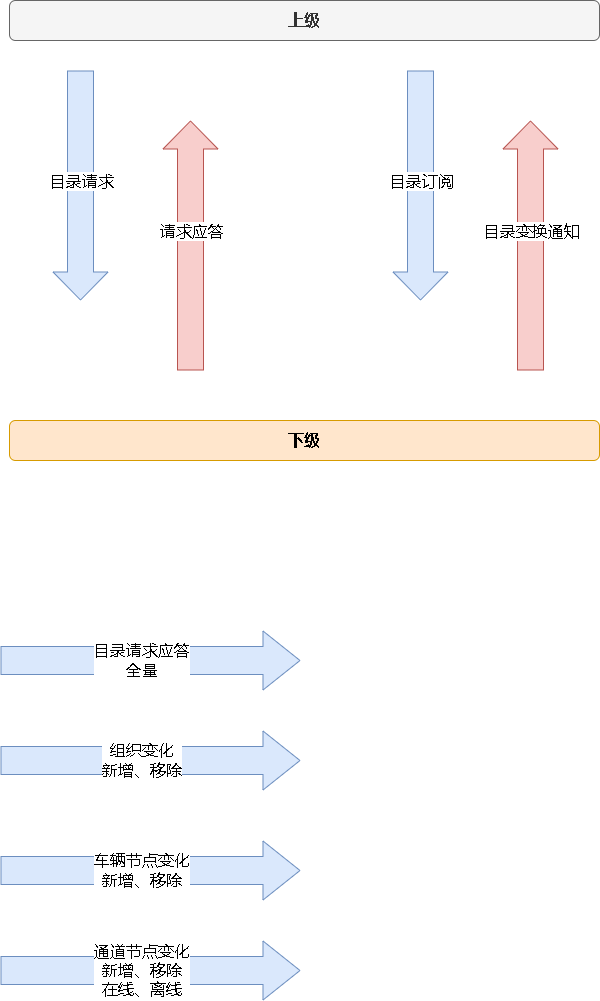
Above: 28181.drawio.png in xktder/draw (draw.io), before the change. Source tidied: cells renumbered, new cells last; positions are measured from the earlier drawing's top-left corner, leaving out a move shared by most shapes.
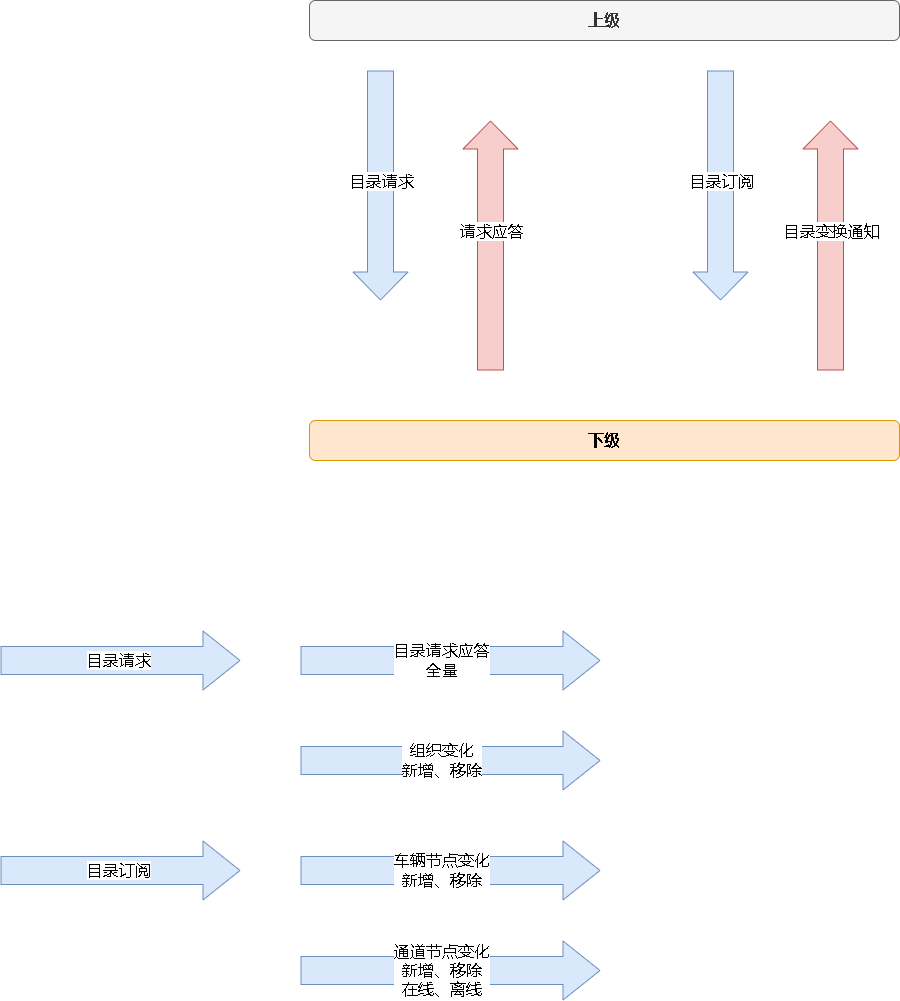
Later version of the same file.

Diff of the diagram source:
```diff
@@ -96,5 +96,27 @@
         <mxPoint x="25" as="offset" />
       </mxGeometry>
     </mxCell>
+    <mxCell id="20" style="shape=flexArrow;endArrow=classic;html=1;rounded=0;fontSize=16;width=28;endSize=12;endWidth=30;fillColor=#dae8fc;strokeColor=#6c8ebf;" parent="1" edge="1">
+      <mxGeometry relative="1" as="geometry">
+        <mxPoint x="-300" y="660" as="sourcePoint" />
+        <mxPoint x="-60" y="660" as="targetPoint" />
+      </mxGeometry>
+    </mxCell>
+    <mxCell id="21" value="目录请求" style="edgeLabel;html=1;align=center;verticalAlign=middle;fontSize=16;" parent="20" vertex="1">
+      <mxGeometry x="-0.23" y="1" relative="1" as="geometry">
+        <mxPoint x="25" as="offset" />
+      </mxGeometry>
+    </mxCell>
+    <mxCell id="22" style="shape=flexArrow;endArrow=classic;html=1;rounded=0;fontSize=16;width=28;endSize=12;endWidth=30;fillColor=#dae8fc;strokeColor=#6c8ebf;" parent="1" edge="1">
+      <mxGeometry relative="1" as="geometry">
+        <mxPoint x="-300" y="870" as="sourcePoint" />
+        <mxPoint x="-60" y="870" as="targetPoint" />
+      </mxGeometry>
+    </mxCell>
+    <mxCell id="23" value="目录订阅" style="edgeLabel;html=1;align=center;verticalAlign=middle;fontSize=16;" parent="22" vertex="1">
+      <mxGeometry x="-0.23" y="1" relative="1" as="geometry">
+        <mxPoint x="25" as="offset" />
+      </mxGeometry>
+    </mxCell>
   </root>
 </mxGraphModel>
```
